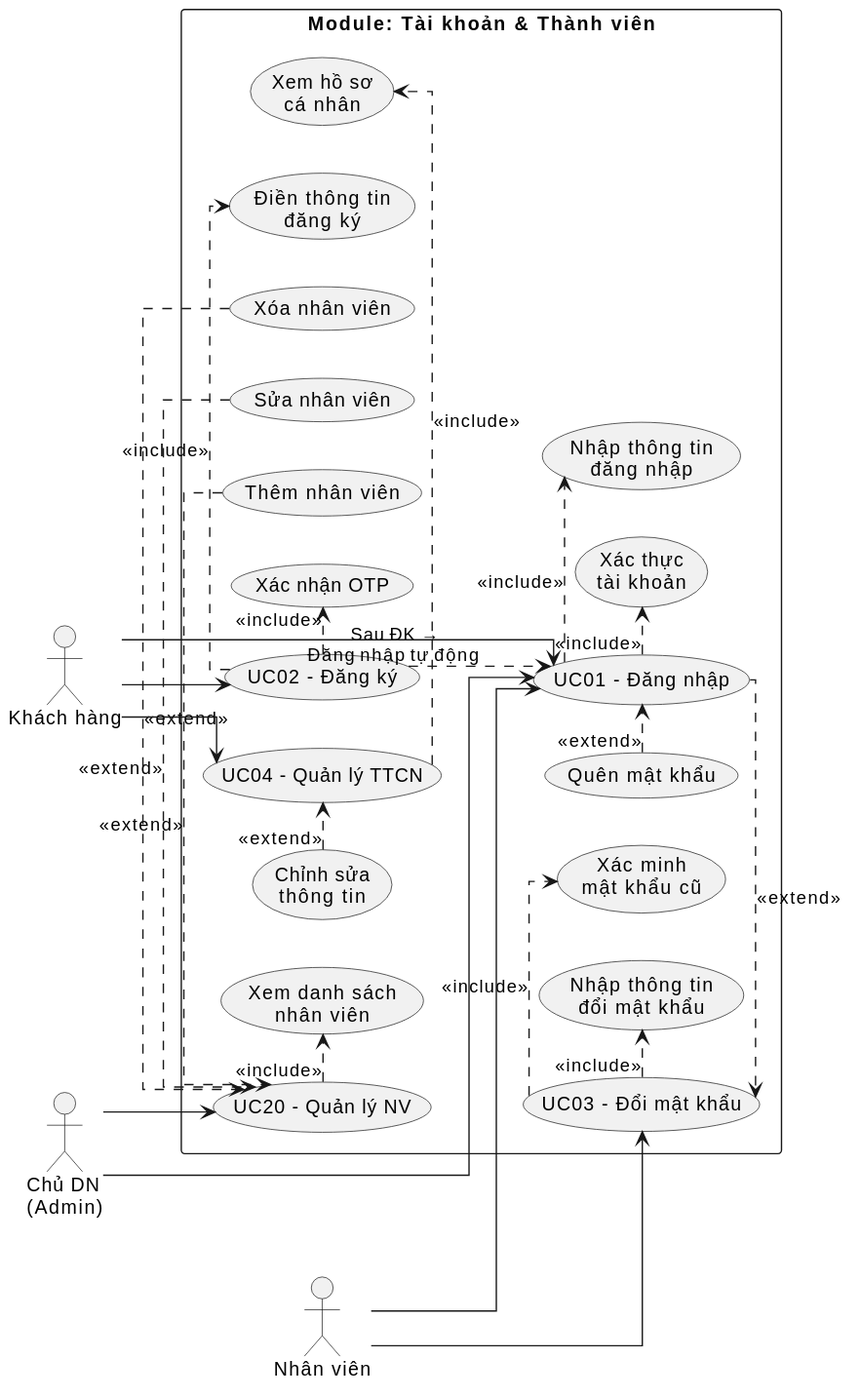
The PlantUML diagram output/diagrams/account_uc_overview.svg in thanhtrnnn/cnpm, before a commit. Its diagram source:
```plantuml
@startuml
left to right direction
skinparam linetype ortho
skinparam packageStyle rectangle
skinparam maxMessageSize 200

actor "Khách hàng" as KH
actor "Nhân viên" as NV
actor "Chủ DN\n(Admin)" as Admin

package "Module: Tài khoản & Thành viên" {

  usecase "UC01 - Đăng nhập" as UC01
  usecase "UC02 - Đăng ký" as UC02
  usecase "UC03 - Đổi mật khẩu" as UC03
  usecase "UC04 - Quản lý TTCN" as UC04
  usecase "UC20 - Quản lý NV" as UC20

  usecase "Nhập thông tin\nđăng nhập" as UC01_1
  usecase "Xác thực\ntài khoản" as UC01_2
  usecase "Quên mật khẩu" as UC01_3

  usecase "Điền thông tin\nđăng ký" as UC02_1
  usecase "Xác nhận OTP" as UC02_2

  usecase "Xác minh\nmật khẩu cũ" as UC03_1
  usecase "Nhập thông tin\nđổi mật khẩu" as UC03_2

  usecase "Xem hồ sơ\ncá nhân" as UC04_1
  usecase "Chỉnh sửa\nthông tin" as UC04_2

  usecase "Xem danh sách\nnhân viên" as UC20_1
  usecase "Thêm nhân viên" as UC20_2
  usecase "Sửa nhân viên" as UC20_3
  usecase "Xóa nhân viên" as UC20_4

  UC01 .> UC01_1 : <<include>>
  UC01 .> UC01_2 : <<include>>
  UC01_3 .> UC01 : <<extend>>

  UC02 .> UC02_1 : <<include>>
  UC02 .> UC02_2 : <<include>>

  UC03 .> UC03_1 : <<include>>
  UC03 .> UC03_2 : <<include>>

  UC04 .> UC04_1 : <<include>>
  UC04_2 .> UC04 : <<extend>>

  UC20 .> UC20_1 : <<include>>
  UC20_2 .> UC20 : <<extend>>
  UC20_3 .> UC20 : <<extend>>
  UC20_4 .> UC20 : <<extend>>

  UC01 .> UC03 : <<extend>>
  UC02 ..> UC01 : "Sau ĐK →\nĐăng nhập tự động"
}

KH --> UC01
KH --> UC02
KH --> UC04
NV --> UC01
NV --> UC03
Admin --> UC01
Admin --> UC20
@enduml
```
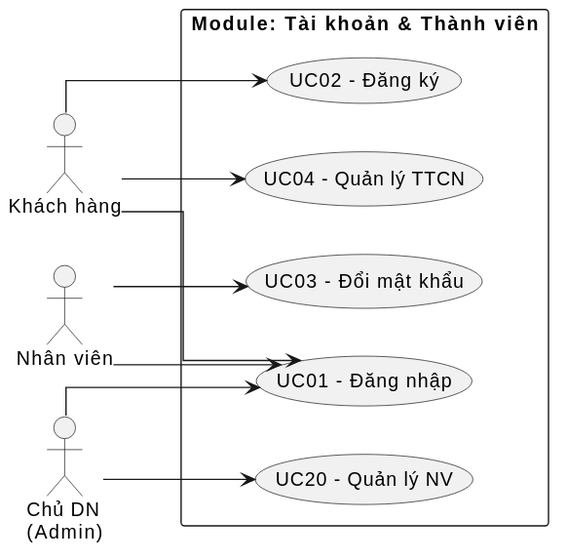
After the commit.

Commit message:
fix: UC overview diagram chỉ có 5 UC chính + actor, bỏ UC con

What changed in the source:
```diff
@@ -2,58 +2,17 @@
 left to right direction
 skinparam linetype ortho
 skinparam packageStyle rectangle
-skinparam maxMessageSize 200
 
 actor "Khách hàng" as KH
 actor "Nhân viên" as NV
 actor "Chủ DN\n(Admin)" as Admin
 
 package "Module: Tài khoản & Thành viên" {
-
   usecase "UC01 - Đăng nhập" as UC01
   usecase "UC02 - Đăng ký" as UC02
   usecase "UC03 - Đổi mật khẩu" as UC03
   usecase "UC04 - Quản lý TTCN" as UC04
   usecase "UC20 - Quản lý NV" as UC20
-
-  usecase "Nhập thông tin\nđăng nhập" as UC01_1
-  usecase "Xác thực\ntài khoản" as UC01_2
-  usecase "Quên mật khẩu" as UC01_3
-
-  usecase "Điền thông tin\nđăng ký" as UC02_1
-  usecase "Xác nhận OTP" as UC02_2
-
-  usecase "Xác minh\nmật khẩu cũ" as UC03_1
-  usecase "Nhập thông tin\nđổi mật khẩu" as UC03_2
-
-  usecase "Xem hồ sơ\ncá nhân" as UC04_1
-  usecase "Chỉnh sửa\nthông tin" as UC04_2
-
-  usecase "Xem danh sách\nnhân viên" as UC20_1
-  usecase "Thêm nhân viên" as UC20_2
-  usecase "Sửa nhân viên" as UC20_3
-  usecase "Xóa nhân viên" as UC20_4
-
-  UC01 .> UC01_1 : <<include>>
-  UC01 .> UC01_2 : <<include>>
-  UC01_3 .> UC01 : <<extend>>
-
-  UC02 .> UC02_1 : <<include>>
-  UC02 .> UC02_2 : <<include>>
-
-  UC03 .> UC03_1 : <<include>>
-  UC03 .> UC03_2 : <<include>>
-
-  UC04 .> UC04_1 : <<include>>
-  UC04_2 .> UC04 : <<extend>>
-
-  UC20 .> UC20_1 : <<include>>
-  UC20_2 .> UC20 : <<extend>>
-  UC20_3 .> UC20 : <<extend>>
-  UC20_4 .> UC20 : <<extend>>
-
-  UC01 .> UC03 : <<extend>>
-  UC02 ..> UC01 : "Sau ĐK →\nĐăng nhập tự động"
 }
 
 KH --> UC01
```
